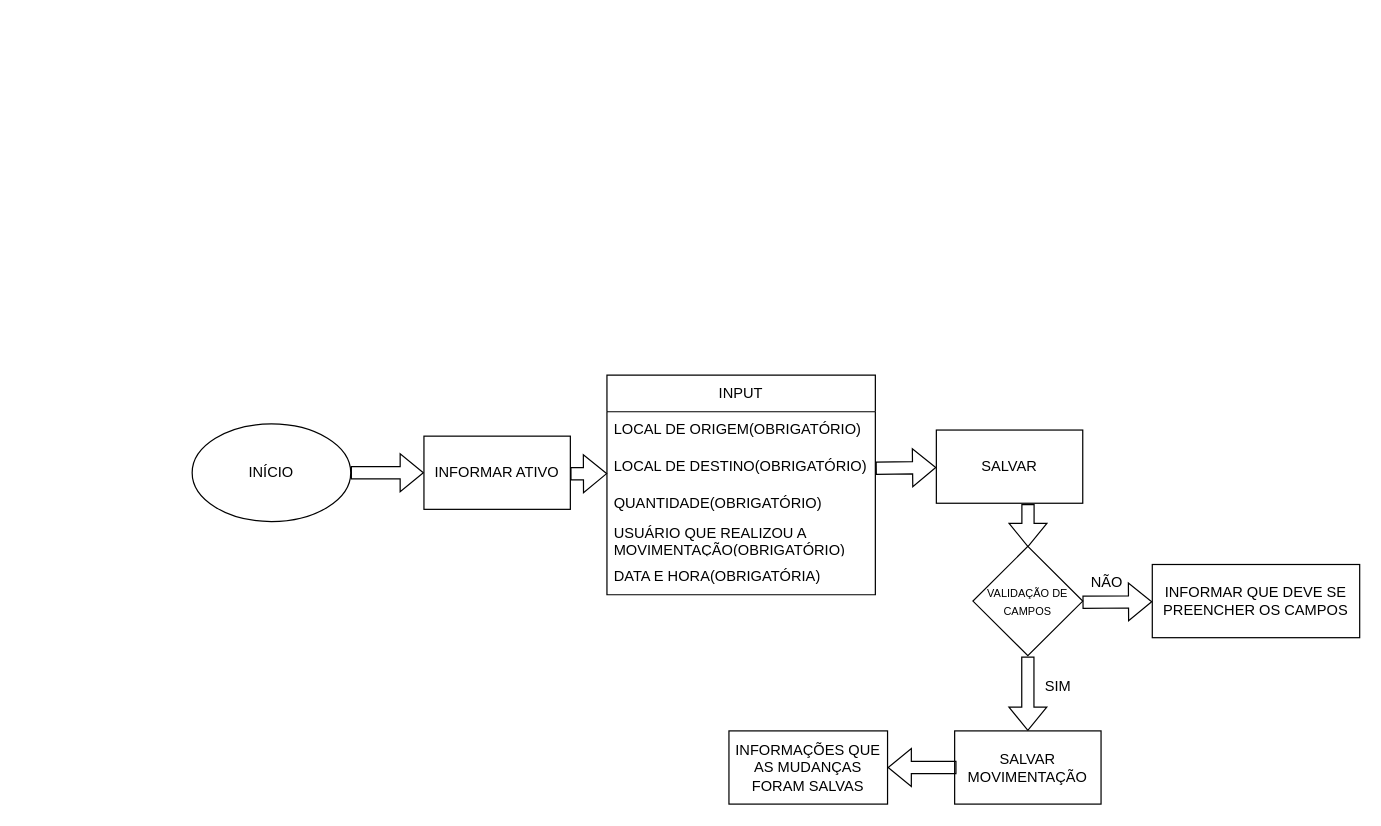
This is fluxogramas/movimentacoes.drawio from asghensel/projetoCadastro, a draw.io file, before an edit. Source tidied: cells renumbered, new cells numbered last; positions are measured from the earlier drawing's top-left corner, leaving out a move shared by most shapes. Both pictures are drawn from the tidied source at 122%, with x=0, y=0 at pixel (192, 375).
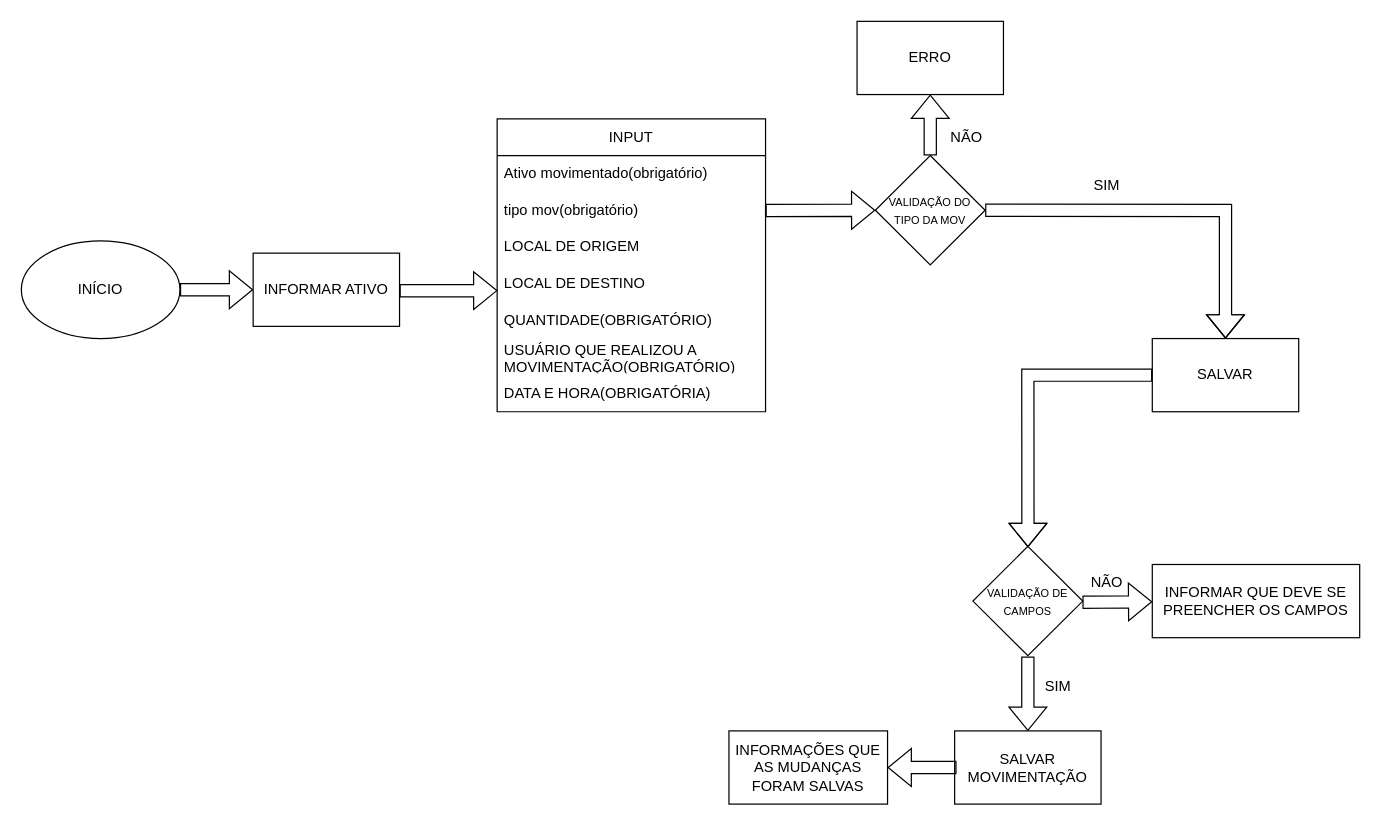
The same page after the edit.

The change refers to these unchanged cells:
```xml
<mxCell id="15" value="&lt;font style=&quot;font-size: 9px;&quot;&gt;VALIDAÇÃO DE CAMPOS&lt;/font&gt;" style="rhombus;whiteSpace=wrap;html=1;" parent="1" vertex="1">
  <mxGeometry x="640" y="140.4" width="90" height="89.6" as="geometry" />
</mxCell>
```

Change to the diagram source:
```diff
@@
     <mxCell id="2" value="INÍCIO" style="ellipse;whiteSpace=wrap;html=1;" parent="1" vertex="1">
-      <mxGeometry y="40" width="130" height="80" as="geometry" />
+      <mxGeometry x="-140" y="-110" width="130" height="80" as="geometry" />
     </mxCell>
@@
     <mxCell id="4" value="INFORMAR ATIVO" style="rounded=0;whiteSpace=wrap;html=1;" parent="1" vertex="1">
-      <mxGeometry x="190" y="50" width="120" height="60" as="geometry" />
+      <mxGeometry x="50" y="-100" width="120" height="60" as="geometry" />
     </mxCell>
@@
     <mxCell id="6" value="INPUT" style="swimlane;fontStyle=0;horizontal=1;startSize=30;whiteSpace=wrap;html=1;" parent="1" vertex="1">
-      <mxGeometry x="340" width="220" height="180" as="geometry" />
+      <mxGeometry x="250" y="-210" width="220" height="240" as="geometry" />
     </mxCell>
-    <mxCell id="7" value="LOCAL DE ORIGEM(OBRIGATÓRIO)" style="text;strokeColor=none;fillColor=none;align=left;verticalAlign=middle;spacingLeft=4;spacingRight=4;overflow=hidden;whiteSpace=wrap;html=1;" parent="6" vertex="1">
+    <mxCell id="7" value="Ativo movimentado(obrigatório)" style="text;strokeColor=none;fillColor=none;align=left;verticalAlign=middle;spacingLeft=4;spacingRight=4;overflow=hidden;whiteSpace=wrap;html=1;" parent="6" vertex="1">
       <mxGeometry y="30" width="220" height="30" as="geometry" />
     </mxCell>
+    <mxCell id="24" value="tipo mov(obrigatório)" style="text;strokeColor=none;fillColor=none;align=left;verticalAlign=middle;spacingLeft=4;spacingRight=4;overflow=hidden;points=[[0,0.5],[1,0.5]];portConstraint=eastwest;whiteSpace=wrap;html=1;" parent="6" vertex="1">
+      <mxGeometry y="60" width="220" height="30" as="geometry" />
+    </mxCell>
+    <mxCell id="25" value="LOCAL DE ORIGEM" style="text;strokeColor=none;fillColor=none;align=left;verticalAlign=middle;spacingLeft=4;spacingRight=4;overflow=hidden;whiteSpace=wrap;html=1;" parent="6" vertex="1">
+      <mxGeometry y="90" width="220" height="30" as="geometry" />
+    </mxCell>
-    <mxCell id="8" value="LOCAL DE DESTINO(OBRIGATÓRIO)" style="text;strokeColor=none;fillColor=none;align=left;verticalAlign=middle;spacingLeft=4;spacingRight=4;overflow=hidden;points=[[0,0.5],[1,0.5]];portConstraint=eastwest;whiteSpace=wrap;html=1;" parent="6" vertex="1">
-      <mxGeometry y="60" width="220" height="30" as="geometry" />
+    <mxCell id="8" value="LOCAL DE DESTINO" style="text;strokeColor=none;fillColor=none;align=left;verticalAlign=middle;spacingLeft=4;spacingRight=4;overflow=hidden;points=[[0,0.5],[1,0.5]];portConstraint=eastwest;whiteSpace=wrap;html=1;" parent="6" vertex="1">
+      <mxGeometry y="120" width="220" height="30" as="geometry" />
     </mxCell>
     <mxCell id="9" value="QUANTIDADE(OBRIGATÓRIO)" style="text;strokeColor=none;fillColor=none;align=left;verticalAlign=middle;spacingLeft=4;spacingRight=4;overflow=hidden;whiteSpace=wrap;html=1;" parent="6" vertex="1">
-      <mxGeometry y="90" width="220" height="30" as="geometry" />
+      <mxGeometry y="150" width="220" height="30" as="geometry" />
     </mxCell>
     <mxCell id="10" value="USUÁRIO QUE REALIZOU A MOVIMENTAÇÃO(OBRIGATÓRIO)" style="text;strokeColor=none;fillColor=none;align=left;verticalAlign=middle;spacingLeft=4;spacingRight=4;overflow=hidden;whiteSpace=wrap;html=1;" parent="6" vertex="1">
-      <mxGeometry y="120" width="220" height="30" as="geometry" />
+      <mxGeometry y="180" width="220" height="30" as="geometry" />
     </mxCell>
     <mxCell id="11" value="DATA E HORA(OBRIGATÓRIA)" style="text;strokeColor=none;fillColor=none;align=left;verticalAlign=middle;spacingLeft=4;spacingRight=4;overflow=hidden;whiteSpace=wrap;html=1;" parent="6" vertex="1">
-      <mxGeometry y="150" width="220" height="30" as="geometry" />
+      <mxGeometry y="210" width="220" height="30" as="geometry" />
     </mxCell>
-    <mxCell id="12" style="shape=flexArrow;endArrow=classic;html=1;rounded=0;exitX=1.001;exitY=0.542;exitDx=0;exitDy=0;exitPerimeter=0;" parent="1" edge="1" source="8" target="13">
-      <mxGeometry relative="1" as="geometry" />
+    <mxCell id="12" style="shape=flexArrow;endArrow=classic;html=1;rounded=0;entryX=0.5;entryY=0;entryDx=0;entryDy=0;exitX=1;exitY=0.5;exitDx=0;exitDy=0;" parent="1" edge="1" source="27" target="13">
+      <mxGeometry relative="1" as="geometry">
+        <Array as="points">
+          <mxPoint x="847" y="-135" />
+        </Array>
+      </mxGeometry>
     </mxCell>
     <mxCell id="13" value="SALVAR" style="rounded=0;whiteSpace=wrap;html=1;" parent="1" vertex="1">
-      <mxGeometry x="610" y="45" width="120" height="60" as="geometry" />
+      <mxGeometry x="787" y="-30" width="120" height="60" as="geometry" />
     </mxCell>
-    <mxCell id="14" style="shape=flexArrow;endArrow=classic;html=1;rounded=0;exitX=0.626;exitY=1.009;exitDx=0;exitDy=0;exitPerimeter=0;entryX=0.501;entryY=0.007;entryDx=0;entryDy=0;entryPerimeter=0;" parent="1" edge="1" source="13" target="15">
-      <mxGeometry relative="1" as="geometry" />
+    <mxCell id="14" style="shape=flexArrow;endArrow=classic;html=1;rounded=0;exitX=0;exitY=0.5;exitDx=0;exitDy=0;entryX=0.501;entryY=0.007;entryDx=0;entryDy=0;entryPerimeter=0;" parent="1" edge="1" source="13" target="15">
+      <mxGeometry relative="1" as="geometry">
+        <Array as="points">
+          <mxPoint x="685" />
+        </Array>
+      </mxGeometry>
     </mxCell>
@@
+    <mxCell id="26" style="shape=flexArrow;endArrow=classic;html=1;rounded=0;exitX=1;exitY=0.5;exitDx=0;exitDy=0;entryX=0;entryY=0.5;entryDx=0;entryDy=0;" parent="1" edge="1" source="24" target="27">
+      <mxGeometry relative="1" as="geometry" />
+    </mxCell>
+    <mxCell id="27" value="&lt;font style=&quot;font-size: 9px;&quot;&gt;VALIDAÇÃO DO TIPO DA MOV&lt;/font&gt;" style="rhombus;whiteSpace=wrap;html=1;" parent="1" vertex="1">
+      <mxGeometry x="560" y="-180" width="90" height="89.6" as="geometry" />
+    </mxCell>
+    <mxCell id="28" value="SIM" style="text;strokeColor=none;align=center;fillColor=none;html=1;verticalAlign=middle;whiteSpace=wrap;rounded=0;" parent="1" vertex="1">
+      <mxGeometry x="720" y="-170" width="60" height="30" as="geometry" />
+    </mxCell>
+    <mxCell id="29" value="NÃO" style="text;strokeColor=none;align=center;fillColor=none;html=1;verticalAlign=middle;whiteSpace=wrap;rounded=0;" parent="1" vertex="1">
+      <mxGeometry x="605" y="-210" width="60" height="30" as="geometry" />
+    </mxCell>
+    <mxCell id="30" value="ERRO" style="rounded=0;whiteSpace=wrap;html=1;" parent="1" vertex="1">
+      <mxGeometry x="545" y="-290" width="120" height="60" as="geometry" />
+    </mxCell>
+    <mxCell id="31" style="shape=flexArrow;endArrow=classic;html=1;rounded=0;exitX=0.5;exitY=0;exitDx=0;exitDy=0;entryX=0.5;entryY=1;entryDx=0;entryDy=0;" parent="1" edge="1" source="27" target="30">
+      <mxGeometry relative="1" as="geometry" />
+    </mxCell>
```
